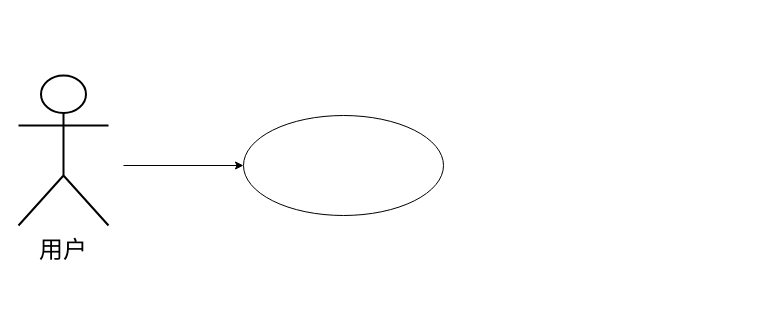
Earlier version of the draw.io diagram 未命名绘图.drawio (Yaozongbin0828/UMLetDraw). Source tidied: cells renumbered, new cells numbered last; positions are measured from the earlier drawing's top-left corner, leaving out a move shared by most shapes. Both pictures are drawn from the tidied source at 100%, with x=0, y=0 at pixel (18, 75).
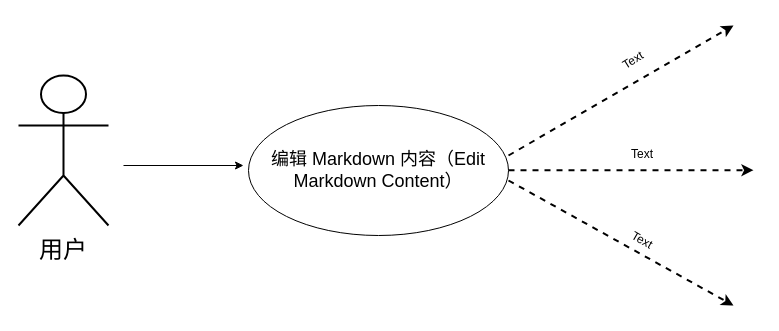
The same diagram, later.

Commit message (it also covers changes not shown here):
更新未命名绘图.drawio

Diff of the diagram source:
```diff
@@
 <mxGraphModel>
   <root>
     <mxCell id="0" />
     <mxCell id="1" parent="0" />
     <mxCell id="2" style="shape=umlActor;verticalLabelPosition=bottom;verticalAlign=top;html=1;strokeWidth=2;" parent="1" vertex="1">
       <mxGeometry width="90" height="150" as="geometry" />
     </mxCell>
     <mxCell id="3" value="&lt;font style=&quot;font-size: 24px;&quot;&gt;用户&lt;/font&gt;" style="text;html=1;align=center;verticalAlign=middle;whiteSpace=wrap;rounded=0;" parent="1" vertex="1">
       <mxGeometry x="15" y="160" width="60" height="30" as="geometry" />
     </mxCell>
     <mxCell id="4" style="endArrow=classic;html=1;rounded=0;" parent="1" edge="1">
       <mxGeometry relative="1" as="geometry">
         <mxPoint x="105" y="90" as="sourcePoint" />
         <mxPoint x="225" y="90" as="targetPoint" />
       </mxGeometry>
     </mxCell>
-    <mxCell id="5" style="ellipse;whiteSpace=wrap;html=1;" parent="1" vertex="1">
-      <mxGeometry x="225" y="40" width="200" height="100" as="geometry" />
+    <mxCell id="5" value="&lt;font style=&quot;font-size: 18px;&quot;&gt;编辑 Markdown 内容（Edit Markdown Content）&lt;/font&gt;" style="ellipse;whiteSpace=wrap;html=1;" parent="1" vertex="1">
+      <mxGeometry x="230" y="30" width="260" height="130" as="geometry" />
     </mxCell>
+    <mxCell id="6" style="endArrow=classic;html=1;rounded=0;dashed=1;strokeWidth=2;" parent="1" edge="1">
+      <mxGeometry relative="1" as="geometry">
+        <mxPoint x="490" y="80" as="sourcePoint" />
+        <mxPoint x="715" y="-50" as="targetPoint" />
+      </mxGeometry>
+    </mxCell>
+    <mxCell id="7" style="endArrow=classic;html=1;rounded=0;dashed=1;strokeWidth=2;" parent="1" edge="1">
+      <mxGeometry relative="1" as="geometry">
+        <mxPoint x="490" y="94.7" as="sourcePoint" />
+        <mxPoint x="735" y="94.7" as="targetPoint" />
+      </mxGeometry>
+    </mxCell>
+    <mxCell id="8" style="endArrow=classic;html=1;rounded=0;dashed=1;strokeWidth=2;" parent="1" edge="1">
+      <mxGeometry relative="1" as="geometry">
+        <mxPoint x="490" y="105" as="sourcePoint" />
+        <mxPoint x="715" y="230" as="targetPoint" />
+      </mxGeometry>
+    </mxCell>
+    <mxCell id="9" value="Text" style="text;html=1;align=center;verticalAlign=middle;whiteSpace=wrap;rounded=0;rotation=-32;" parent="1" vertex="1">
+      <mxGeometry x="585" y="-30" width="60" height="30" as="geometry" />
+    </mxCell>
+    <mxCell id="10" value="Text" style="text;html=1;align=center;verticalAlign=middle;whiteSpace=wrap;rounded=0;rotation=0;" parent="1" vertex="1">
+      <mxGeometry x="594" y="64" width="60" height="30" as="geometry" />
+    </mxCell>
+    <mxCell id="11" value="Text" style="text;html=1;align=center;verticalAlign=middle;whiteSpace=wrap;rounded=0;rotation=30;" parent="1" vertex="1">
+      <mxGeometry x="594" y="150" width="60" height="30" as="geometry" />
+    </mxCell>
   </root>
 </mxGraphModel>
```
